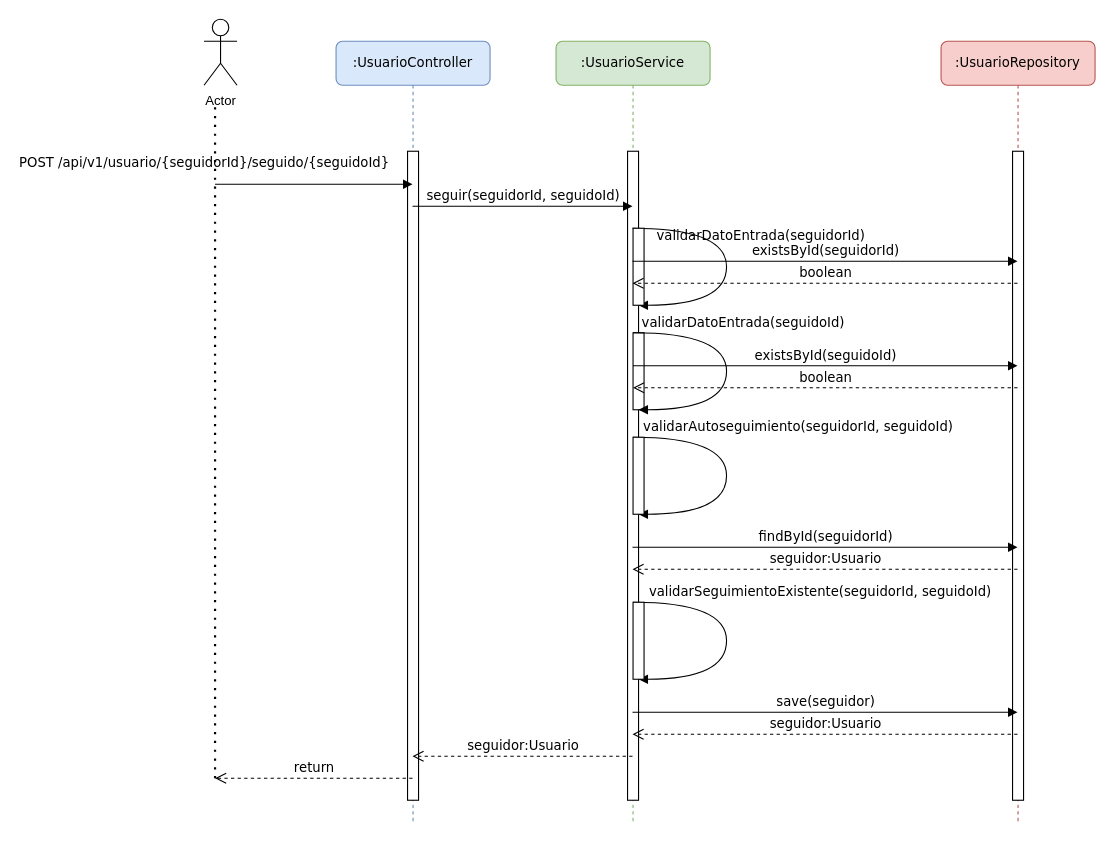
Above: page "Seguir usuario" (1 of 3) of doc/Diagrama de secuencia.drawio in 17emom/microblogging (draw.io), before the change. Source tidied: cells renumbered, new cells numbered last; positions are measured from the earlier drawing's top-left corner, leaving out a move shared by most shapes. Both pictures are drawn from the tidied source at 110%, with x=0, y=0 at pixel (204, 19).
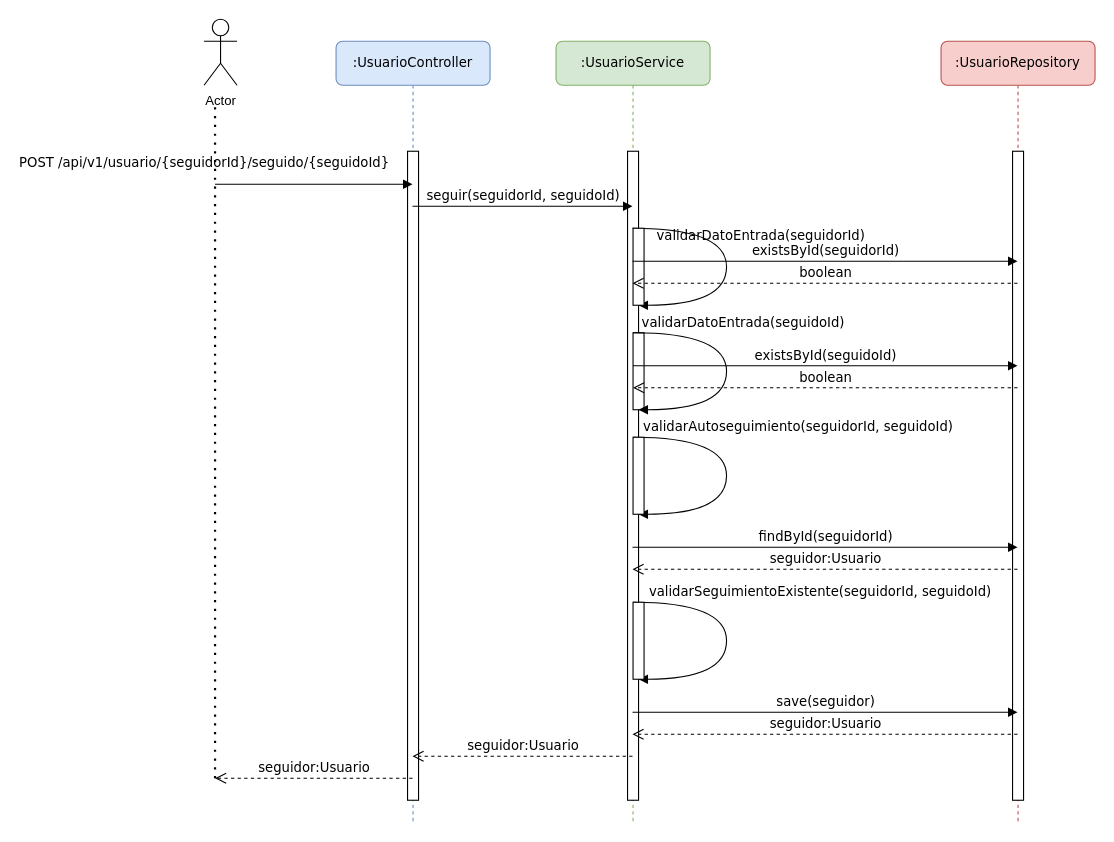
The same page after the edit.

The change refers to these unchanged cells:
```xml
<mxCell id="3" value=":UsuarioController" style="shape=umlLifeline;perimeter=lifelinePerimeter;whiteSpace=wrap;html=1;outlineConnect=0;rounded=1;shadow=0;comic=0;labelBackgroundColor=none;strokeWidth=1;fontFamily=Verdana;fontSize=12;align=center;fillColor=#dae8fc;strokeColor=#6c8ebf;" parent="1" vertex="1">
  <mxGeometry x="120" y="20" width="140" height="710" as="geometry" />
</mxCell>
```

Diff of the diagram source:
```diff
@@
-    <mxCell id="28" value="return" style="html=1;verticalAlign=bottom;endArrow=open;dashed=1;endSize=8;labelBackgroundColor=none;fontFamily=Verdana;fontSize=12;edgeStyle=elbowEdgeStyle;elbow=vertical;" parent="1" edge="1" source="3">
+    <mxCell id="28" value="seguidor:Usuario" style="html=1;verticalAlign=bottom;endArrow=open;dashed=1;endSize=8;labelBackgroundColor=none;fontFamily=Verdana;fontSize=12;edgeStyle=elbowEdgeStyle;elbow=vertical;" parent="1" edge="1" source="3">
       <mxGeometry relative="1" as="geometry">
         <mxPoint x="10" y="690" as="targetPoint" />
         <Array as="points">
           <mxPoint x="55" y="690" />
           <mxPoint x="85" y="690" />
         </Array>
       </mxGeometry>
     </mxCell>
```
